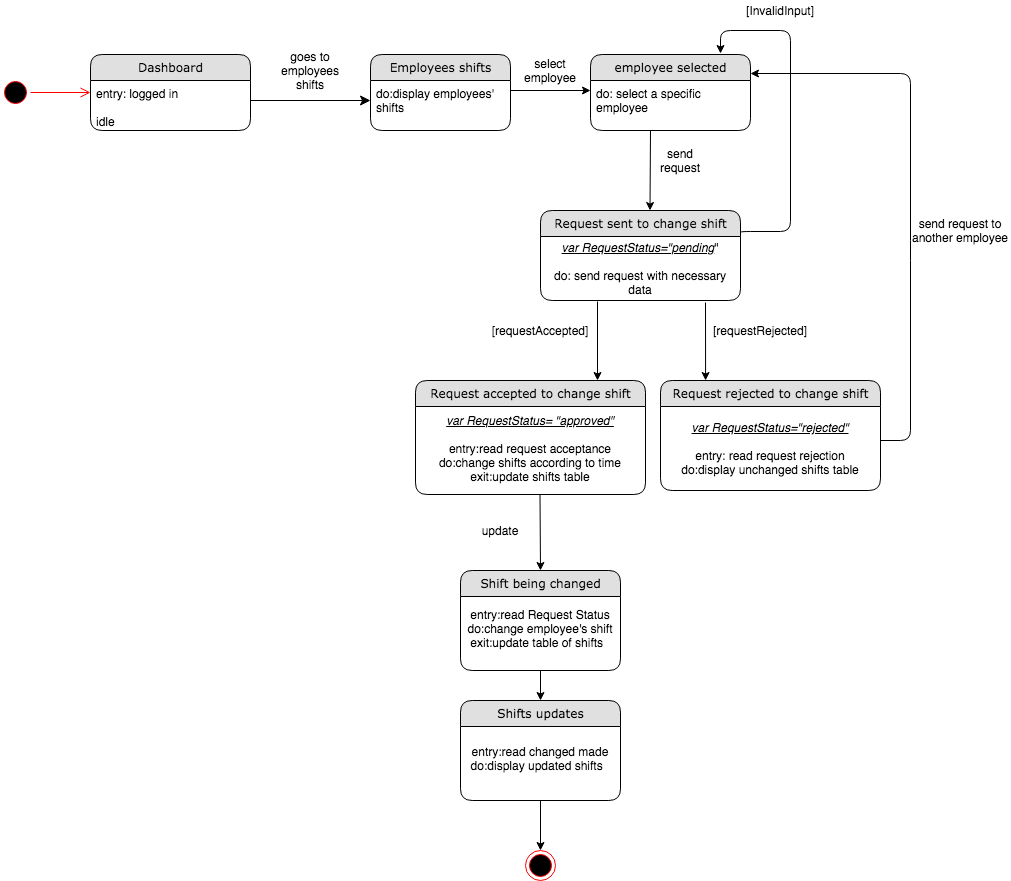
Above: Diagrams/State Chart Diagrams FINAL/ST_14 CHANGE EMPLOYEE SHIFT.png in kkasharaj17/SE-project (draw.io), before the change. Source tidied: cells renumbered, new cells last; positions are measured from the earlier drawing's top-left corner, leaving out a move shared by most shapes. Its diagram source:
```xml
<mxGraphModel background="#ffffff">
  <root>
    <mxCell id="0" />
    <mxCell id="1" parent="0" />
    <mxCell id="2" value="Dashboard" style="swimlane;html=1;fontStyle=0;horizontal=1;startSize=26;fillColor=#e0e0e0;swimlaneFillColor=#ffffff;align=center;rounded=1;shadow=0;comic=0;labelBackgroundColor=none;strokeWidth=1;fontFamily=Verdana;fontSize=12;" parent="1" vertex="1">
      <mxGeometry x="90" y="54" width="160" height="76" as="geometry" />
    </mxCell>
    <mxCell id="3" value="entry: logged in&lt;br&gt;&lt;br&gt;idle" style="text;html=1;strokeColor=none;fillColor=none;spacingLeft=4;spacingRight=4;whiteSpace=wrap;overflow=hidden;" parent="2" vertex="1">
      <mxGeometry y="26" width="160" height="44" as="geometry" />
    </mxCell>
    <mxCell id="4" style="edgeStyle=orthogonalEdgeStyle;html=1;labelBackgroundColor=none;startFill=0;startSize=8;endFill=1;endSize=8;fontFamily=Verdana;fontSize=12;" parent="1" edge="1" source="2">
      <mxGeometry relative="1" as="geometry">
        <mxPoint x="370" y="100" as="targetPoint" />
        <Array as="points">
          <mxPoint x="170" y="120" />
        </Array>
      </mxGeometry>
    </mxCell>
    <mxCell id="5" value="goes to employees&lt;br&gt;shifts" style="text;html=1;strokeColor=none;fillColor=none;align=center;verticalAlign=middle;whiteSpace=wrap;rounded=0;" parent="1" vertex="1">
      <mxGeometry x="290" y="60" width="40" height="20" as="geometry" />
    </mxCell>
    <mxCell id="6" style="ellipse;html=1;shape=startState;fillColor=#000000;strokeColor=#ff0000;" parent="1" vertex="1">
      <mxGeometry y="77" width="30" height="30" as="geometry" />
    </mxCell>
    <mxCell id="7" style="edgeStyle=orthogonalEdgeStyle;html=1;verticalAlign=bottom;endArrow=open;endSize=8;strokeColor=#ff0000;" parent="1" edge="1" source="6">
      <mxGeometry relative="1" as="geometry">
        <mxPoint x="90" y="92" as="targetPoint" />
      </mxGeometry>
    </mxCell>
    <mxCell id="8" style="endArrow=classic;html=1;" parent="1" edge="1">
      <mxGeometry relative="1" as="geometry">
        <mxPoint x="650" y="130" as="sourcePoint" />
        <mxPoint x="649.5" y="210" as="targetPoint" />
      </mxGeometry>
    </mxCell>
    <mxCell id="9" value="Request sent to change shift" style="swimlane;html=1;fontStyle=0;horizontal=1;startSize=26;fillColor=#e0e0e0;swimlaneFillColor=#ffffff;align=center;rounded=1;shadow=0;comic=0;labelBackgroundColor=none;strokeWidth=1;fontFamily=Verdana;fontSize=12;" parent="1" vertex="1">
      <mxGeometry x="540" y="210" width="200" height="90" as="geometry" />
    </mxCell>
    <mxCell id="10" value="&lt;i&gt;&lt;u&gt;var RequestStatus=&quot;pending&lt;/u&gt;&lt;/i&gt;&quot;&lt;br&gt;&lt;br&gt;do: send request with necessary data" style="text;html=1;strokeColor=none;fillColor=none;align=center;verticalAlign=middle;whiteSpace=wrap;rounded=0;" parent="9" vertex="1">
      <mxGeometry y="26" width="200" height="64" as="geometry" />
    </mxCell>
    <mxCell id="11" value="Employees shifts" style="swimlane;html=1;fontStyle=0;horizontal=1;startSize=26;fillColor=#e0e0e0;swimlaneFillColor=#ffffff;align=center;rounded=1;shadow=0;comic=0;labelBackgroundColor=none;strokeWidth=1;fontFamily=Verdana;fontSize=12;" parent="1" vertex="1">
      <mxGeometry x="370" y="54" width="140" height="76" as="geometry" />
    </mxCell>
    <mxCell id="12" value="do:display employees' shifts" style="text;html=1;strokeColor=none;fillColor=none;spacingLeft=4;spacingRight=4;whiteSpace=wrap;overflow=hidden;" parent="11" vertex="1">
      <mxGeometry y="26" width="140" height="44" as="geometry" />
    </mxCell>
    <mxCell id="13" style="endArrow=classic;html=1;" parent="1" edge="1">
      <mxGeometry relative="1" as="geometry">
        <mxPoint x="510" y="90" as="sourcePoint" />
        <mxPoint x="590" y="90" as="targetPoint" />
      </mxGeometry>
    </mxCell>
    <mxCell id="14" value="employee selected" style="swimlane;html=1;fontStyle=0;horizontal=1;startSize=26;fillColor=#e0e0e0;swimlaneFillColor=#ffffff;align=center;rounded=1;shadow=0;comic=0;labelBackgroundColor=none;strokeWidth=1;fontFamily=Verdana;fontSize=12;" parent="1" vertex="1">
      <mxGeometry x="590" y="54" width="160" height="76" as="geometry" />
    </mxCell>
    <mxCell id="15" value="do: select a specific employee" style="text;html=1;strokeColor=none;fillColor=none;spacingLeft=4;spacingRight=4;whiteSpace=wrap;overflow=hidden;" parent="14" vertex="1">
      <mxGeometry y="26" width="160" height="34" as="geometry" />
    </mxCell>
    <mxCell id="16" value="select employee" style="text;html=1;strokeColor=none;fillColor=none;align=center;verticalAlign=middle;whiteSpace=wrap;rounded=0;" parent="1" vertex="1">
      <mxGeometry x="530" y="60" width="40" height="20" as="geometry" />
    </mxCell>
    <mxCell id="17" style="ellipse;html=1;shape=endState;fillColor=#000000;strokeColor=#ff0000;" parent="1" vertex="1">
      <mxGeometry x="525" y="850" width="30" height="30" as="geometry" />
    </mxCell>
    <mxCell id="18" style="edgeStyle=segmentEdgeStyle;endArrow=classic;html=1;exitX=1;exitY=0.25;exitDx=0;exitDy=0;" parent="1" edge="1" source="9">
      <mxGeometry relative="1" as="geometry">
        <mxPoint x="720" y="53" as="targetPoint" />
        <Array as="points">
          <mxPoint x="740" y="231" />
          <mxPoint x="790" y="231" />
          <mxPoint x="790" y="30" />
          <mxPoint x="720" y="30" />
        </Array>
      </mxGeometry>
    </mxCell>
    <mxCell id="19" value="[InvalidInput]" style="text;html=1;strokeColor=none;fillColor=none;align=center;verticalAlign=middle;whiteSpace=wrap;rounded=0;" parent="1" vertex="1">
      <mxGeometry x="760" width="40" height="20" as="geometry" />
    </mxCell>
    <mxCell id="20" value="send request" style="text;html=1;strokeColor=none;fillColor=none;align=center;verticalAlign=middle;whiteSpace=wrap;rounded=0;" parent="1" vertex="1">
      <mxGeometry x="660" y="150" width="40" height="20" as="geometry" />
    </mxCell>
    <mxCell id="21" style="endArrow=classic;html=1;entryX=0.5;entryY=0;entryDx=0;entryDy=0;" parent="1" edge="1" target="17">
      <mxGeometry relative="1" as="geometry">
        <mxPoint x="540" y="800" as="sourcePoint" />
      </mxGeometry>
    </mxCell>
    <mxCell id="22" style="endArrow=classic;html=1;exitX=0.285;exitY=1.016;exitDx=0;exitDy=0;exitPerimeter=0;" parent="1" edge="1" source="10">
      <mxGeometry relative="1" as="geometry">
        <mxPoint x="597" y="380" as="targetPoint" />
      </mxGeometry>
    </mxCell>
    <mxCell id="23" value="[requestRejected]" style="text;html=1;strokeColor=none;fillColor=none;align=center;verticalAlign=middle;whiteSpace=wrap;rounded=0;" parent="1" vertex="1">
      <mxGeometry x="740" y="320" width="40" height="20" as="geometry" />
    </mxCell>
    <mxCell id="24" value="[requestAccepted]" style="text;html=1;strokeColor=none;fillColor=none;align=center;verticalAlign=middle;whiteSpace=wrap;rounded=0;" parent="1" vertex="1">
      <mxGeometry x="480" y="300" width="120" height="60" as="geometry" />
    </mxCell>
    <mxCell id="25" style="endArrow=classic;html=1;entryX=0.205;entryY=0;entryDx=0;entryDy=0;entryPerimeter=0;" parent="1" edge="1" target="31">
      <mxGeometry relative="1" as="geometry">
        <mxPoint x="705" y="302" as="sourcePoint" />
      </mxGeometry>
    </mxCell>
    <mxCell id="26" style="endArrow=classic;html=1;entryX=0.5;entryY=0;entryDx=0;entryDy=0;" parent="1" edge="1" target="33">
      <mxGeometry relative="1" as="geometry">
        <mxPoint x="539.5" y="494" as="sourcePoint" />
      </mxGeometry>
    </mxCell>
    <mxCell id="27" value="send request to another employee" style="text;html=1;strokeColor=none;fillColor=none;align=center;verticalAlign=middle;whiteSpace=wrap;rounded=0;" parent="1" vertex="1">
      <mxGeometry x="910" y="220" width="100" height="20" as="geometry" />
    </mxCell>
    <mxCell id="28" value="update" style="text;html=1;strokeColor=none;fillColor=none;align=center;verticalAlign=middle;whiteSpace=wrap;rounded=0;" parent="1" vertex="1">
      <mxGeometry x="480" y="520" width="40" height="20" as="geometry" />
    </mxCell>
    <mxCell id="29" value="Request accepted to change shift" style="swimlane;html=1;fontStyle=0;horizontal=1;startSize=26;fillColor=#e0e0e0;swimlaneFillColor=#ffffff;align=center;rounded=1;shadow=0;comic=0;labelBackgroundColor=none;strokeWidth=1;fontFamily=Verdana;fontSize=12;" parent="1" vertex="1">
      <mxGeometry x="415" y="380" width="230" height="114" as="geometry" />
    </mxCell>
    <mxCell id="30" value="&lt;i&gt;&lt;u&gt;var RequestStatus= &quot;approved&quot;&lt;/u&gt;&lt;/i&gt;&lt;br&gt;&lt;br&gt;entry:read request acceptance&lt;br&gt;do:change shifts according to time&lt;br&gt;exit:update shifts table" style="text;html=1;strokeColor=none;fillColor=none;align=center;verticalAlign=middle;whiteSpace=wrap;rounded=0;" parent="29" vertex="1">
      <mxGeometry y="26" width="230" height="84" as="geometry" />
    </mxCell>
    <mxCell id="31" value="Request rejected to change shift" style="swimlane;html=1;fontStyle=0;horizontal=1;startSize=26;fillColor=#e0e0e0;swimlaneFillColor=#ffffff;align=center;rounded=1;shadow=0;comic=0;labelBackgroundColor=none;strokeWidth=1;fontFamily=Verdana;fontSize=12;" parent="1" vertex="1">
      <mxGeometry x="660" y="380" width="220" height="110" as="geometry" />
    </mxCell>
    <mxCell id="32" value="&lt;i&gt;&lt;u&gt;var RequestStatus=&quot;rejected&quot;&lt;/u&gt;&lt;/i&gt;&lt;br&gt;&lt;br&gt;entry: read request rejection&lt;br&gt;do:display unchanged shifts table" style="text;html=1;strokeColor=none;fillColor=none;align=center;verticalAlign=middle;whiteSpace=wrap;rounded=0;" parent="31" vertex="1">
      <mxGeometry y="26" width="220" height="84" as="geometry" />
    </mxCell>
    <mxCell id="33" value="Shift being changed" style="swimlane;html=1;fontStyle=0;horizontal=1;startSize=26;fillColor=#e0e0e0;swimlaneFillColor=#ffffff;align=center;rounded=1;shadow=0;comic=0;labelBackgroundColor=none;strokeWidth=1;fontFamily=Verdana;fontSize=12;" parent="1" vertex="1">
      <mxGeometry x="460" y="570" width="160" height="100" as="geometry" />
    </mxCell>
    <mxCell id="34" value="entry:read Request Status&lt;br&gt;do:change employee's shift&lt;br&gt;exit:update table of shifts&amp;nbsp;&amp;nbsp;" style="text;html=1;strokeColor=none;fillColor=none;align=center;verticalAlign=middle;whiteSpace=wrap;rounded=0;" parent="33" vertex="1">
      <mxGeometry y="26" width="160" height="64" as="geometry" />
    </mxCell>
    <mxCell id="35" style="endArrow=classic;html=1;entryX=1;entryY=0.25;entryDx=0;entryDy=0;" parent="1" edge="1" target="14">
      <mxGeometry relative="1" as="geometry">
        <mxPoint x="880" y="440" as="sourcePoint" />
        <Array as="points">
          <mxPoint x="910" y="440" />
          <mxPoint x="910" y="250" />
          <mxPoint x="910" y="73" />
        </Array>
      </mxGeometry>
    </mxCell>
    <mxCell id="36" value="Shifts updates" style="swimlane;html=1;fontStyle=0;horizontal=1;startSize=26;fillColor=#e0e0e0;swimlaneFillColor=#ffffff;align=center;rounded=1;shadow=0;comic=0;labelBackgroundColor=none;strokeWidth=1;fontFamily=Verdana;fontSize=12;" parent="1" vertex="1">
      <mxGeometry x="460" y="700" width="160" height="100" as="geometry" />
    </mxCell>
    <mxCell id="37" value="entry:read changed made&lt;br&gt;do:display updated shifts&amp;nbsp;&amp;nbsp;" style="text;html=1;strokeColor=none;fillColor=none;align=center;verticalAlign=middle;whiteSpace=wrap;rounded=0;" parent="36" vertex="1">
      <mxGeometry y="26" width="160" height="64" as="geometry" />
    </mxCell>
    <mxCell id="38" style="endArrow=classic;html=1;" parent="1" edge="1">
      <mxGeometry relative="1" as="geometry">
        <mxPoint x="540" y="670" as="sourcePoint" />
        <mxPoint x="540" y="700" as="targetPoint" />
      </mxGeometry>
    </mxCell>
  </root>
</mxGraphModel>
```
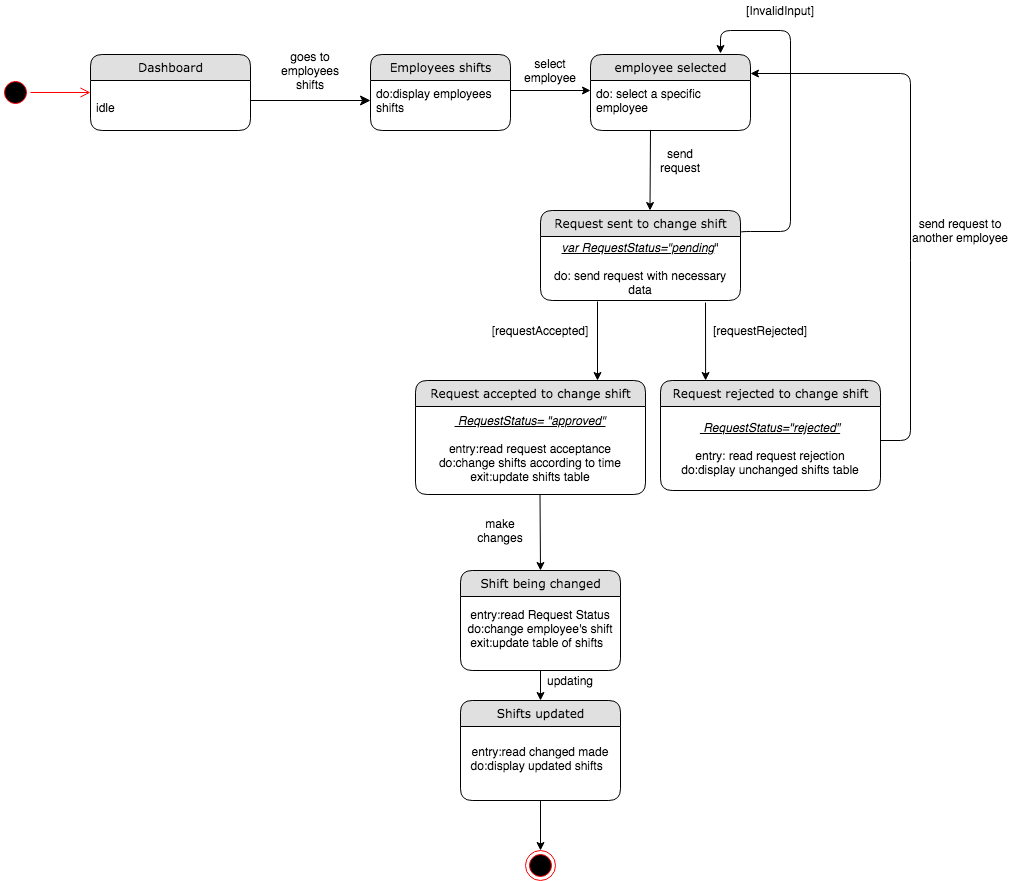
After the commit.

Diff of the diagram source:
```diff
@@ -5,7 +5,7 @@
     <mxCell id="2" value="Dashboard" style="swimlane;html=1;fontStyle=0;horizontal=1;startSize=26;fillColor=#e0e0e0;swimlaneFillColor=#ffffff;align=center;rounded=1;shadow=0;comic=0;labelBackgroundColor=none;strokeWidth=1;fontFamily=Verdana;fontSize=12;" parent="1" vertex="1">
       <mxGeometry x="90" y="54" width="160" height="76" as="geometry" />
     </mxCell>
-    <mxCell id="3" value="entry: logged in&lt;br&gt;&lt;br&gt;idle" style="text;html=1;strokeColor=none;fillColor=none;spacingLeft=4;spacingRight=4;whiteSpace=wrap;overflow=hidden;" parent="2" vertex="1">
+    <mxCell id="3" value="&lt;br&gt;idle" style="text;html=1;strokeColor=none;fillColor=none;spacingLeft=4;spacingRight=4;whiteSpace=wrap;overflow=hidden;" parent="2" vertex="1">
       <mxGeometry y="26" width="160" height="44" as="geometry" />
     </mxCell>
     <mxCell id="4" style="edgeStyle=orthogonalEdgeStyle;html=1;labelBackgroundColor=none;startFill=0;startSize=8;endFill=1;endSize=8;fontFamily=Verdana;fontSize=12;" parent="1" edge="1" source="2">
@@ -42,7 +42,7 @@
     <mxCell id="11" value="Employees shifts" style="swimlane;html=1;fontStyle=0;horizontal=1;startSize=26;fillColor=#e0e0e0;swimlaneFillColor=#ffffff;align=center;rounded=1;shadow=0;comic=0;labelBackgroundColor=none;strokeWidth=1;fontFamily=Verdana;fontSize=12;" parent="1" vertex="1">
       <mxGeometry x="370" y="54" width="140" height="76" as="geometry" />
     </mxCell>
-    <mxCell id="12" value="do:display employees' shifts" style="text;html=1;strokeColor=none;fillColor=none;spacingLeft=4;spacingRight=4;whiteSpace=wrap;overflow=hidden;" parent="11" vertex="1">
+    <mxCell id="12" value="do:display employees shifts" style="text;html=1;strokeColor=none;fillColor=none;spacingLeft=4;spacingRight=4;whiteSpace=wrap;overflow=hidden;" parent="11" vertex="1">
       <mxGeometry y="26" width="140" height="44" as="geometry" />
     </mxCell>
     <mxCell id="13" style="endArrow=classic;html=1;" parent="1" edge="1">
@@ -109,19 +109,19 @@
     <mxCell id="27" value="send request to another employee" style="text;html=1;strokeColor=none;fillColor=none;align=center;verticalAlign=middle;whiteSpace=wrap;rounded=0;" parent="1" vertex="1">
       <mxGeometry x="910" y="220" width="100" height="20" as="geometry" />
     </mxCell>
-    <mxCell id="28" value="update" style="text;html=1;strokeColor=none;fillColor=none;align=center;verticalAlign=middle;whiteSpace=wrap;rounded=0;" parent="1" vertex="1">
+    <mxCell id="28" value="make changes" style="text;html=1;strokeColor=none;fillColor=none;align=center;verticalAlign=middle;whiteSpace=wrap;rounded=0;" parent="1" vertex="1">
       <mxGeometry x="480" y="520" width="40" height="20" as="geometry" />
     </mxCell>
     <mxCell id="29" value="Request accepted to change shift" style="swimlane;html=1;fontStyle=0;horizontal=1;startSize=26;fillColor=#e0e0e0;swimlaneFillColor=#ffffff;align=center;rounded=1;shadow=0;comic=0;labelBackgroundColor=none;strokeWidth=1;fontFamily=Verdana;fontSize=12;" parent="1" vertex="1">
       <mxGeometry x="415" y="380" width="230" height="114" as="geometry" />
     </mxCell>
-    <mxCell id="30" value="&lt;i&gt;&lt;u&gt;var RequestStatus= &quot;approved&quot;&lt;/u&gt;&lt;/i&gt;&lt;br&gt;&lt;br&gt;entry:read request acceptance&lt;br&gt;do:change shifts according to time&lt;br&gt;exit:update shifts table" style="text;html=1;strokeColor=none;fillColor=none;align=center;verticalAlign=middle;whiteSpace=wrap;rounded=0;" parent="29" vertex="1">
+    <mxCell id="30" value="&lt;i&gt;&lt;u&gt;&amp;nbsp;RequestStatus= &quot;approved&quot;&lt;/u&gt;&lt;/i&gt;&lt;br&gt;&lt;br&gt;entry:read request acceptance&lt;br&gt;do:change shifts according to time&lt;br&gt;exit:update shifts table" style="text;html=1;strokeColor=none;fillColor=none;align=center;verticalAlign=middle;whiteSpace=wrap;rounded=0;" parent="29" vertex="1">
       <mxGeometry y="26" width="230" height="84" as="geometry" />
     </mxCell>
     <mxCell id="31" value="Request rejected to change shift" style="swimlane;html=1;fontStyle=0;horizontal=1;startSize=26;fillColor=#e0e0e0;swimlaneFillColor=#ffffff;align=center;rounded=1;shadow=0;comic=0;labelBackgroundColor=none;strokeWidth=1;fontFamily=Verdana;fontSize=12;" parent="1" vertex="1">
       <mxGeometry x="660" y="380" width="220" height="110" as="geometry" />
     </mxCell>
-    <mxCell id="32" value="&lt;i&gt;&lt;u&gt;var RequestStatus=&quot;rejected&quot;&lt;/u&gt;&lt;/i&gt;&lt;br&gt;&lt;br&gt;entry: read request rejection&lt;br&gt;do:display unchanged shifts table" style="text;html=1;strokeColor=none;fillColor=none;align=center;verticalAlign=middle;whiteSpace=wrap;rounded=0;" parent="31" vertex="1">
+    <mxCell id="32" value="&lt;i&gt;&lt;u&gt;&amp;nbsp;RequestStatus=&quot;rejected&quot;&lt;/u&gt;&lt;/i&gt;&lt;br&gt;&lt;br&gt;entry: read request rejection&lt;br&gt;do:display unchanged shifts table" style="text;html=1;strokeColor=none;fillColor=none;align=center;verticalAlign=middle;whiteSpace=wrap;rounded=0;" parent="31" vertex="1">
       <mxGeometry y="26" width="220" height="84" as="geometry" />
     </mxCell>
     <mxCell id="33" value="Shift being changed" style="swimlane;html=1;fontStyle=0;horizontal=1;startSize=26;fillColor=#e0e0e0;swimlaneFillColor=#ffffff;align=center;rounded=1;shadow=0;comic=0;labelBackgroundColor=none;strokeWidth=1;fontFamily=Verdana;fontSize=12;" parent="1" vertex="1">
@@ -140,7 +140,7 @@
         </Array>
       </mxGeometry>
     </mxCell>
-    <mxCell id="36" value="Shifts updates" style="swimlane;html=1;fontStyle=0;horizontal=1;startSize=26;fillColor=#e0e0e0;swimlaneFillColor=#ffffff;align=center;rounded=1;shadow=0;comic=0;labelBackgroundColor=none;strokeWidth=1;fontFamily=Verdana;fontSize=12;" parent="1" vertex="1">
+    <mxCell id="36" value="Shifts updated" style="swimlane;html=1;fontStyle=0;horizontal=1;startSize=26;fillColor=#e0e0e0;swimlaneFillColor=#ffffff;align=center;rounded=1;shadow=0;comic=0;labelBackgroundColor=none;strokeWidth=1;fontFamily=Verdana;fontSize=12;" parent="1" vertex="1">
       <mxGeometry x="460" y="700" width="160" height="100" as="geometry" />
     </mxCell>
     <mxCell id="37" value="entry:read changed made&lt;br&gt;do:display updated shifts&amp;nbsp;&amp;nbsp;" style="text;html=1;strokeColor=none;fillColor=none;align=center;verticalAlign=middle;whiteSpace=wrap;rounded=0;" parent="36" vertex="1">
@@ -152,5 +152,8 @@
         <mxPoint x="540" y="700" as="targetPoint" />
       </mxGeometry>
     </mxCell>
+    <mxCell id="39" value="updating" style="text;html=1;strokeColor=none;fillColor=none;align=center;verticalAlign=middle;whiteSpace=wrap;rounded=0;" parent="1" vertex="1">
+      <mxGeometry x="550" y="670" width="40" height="20" as="geometry" />
+    </mxCell>
   </root>
 </mxGraphModel>
```
